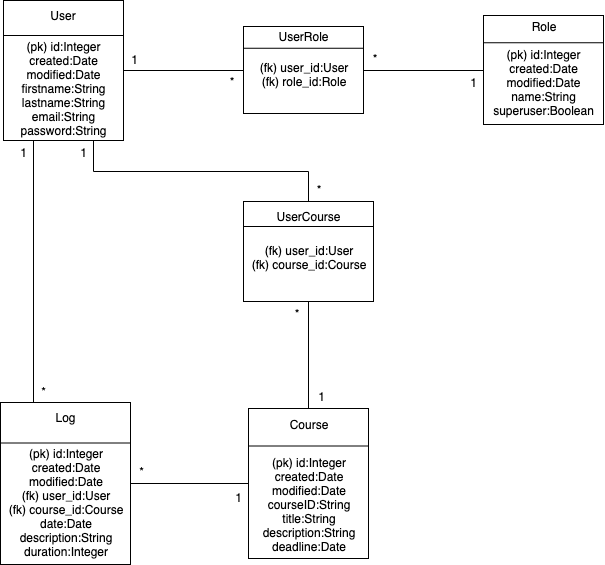
The draw.io diagram documentation/timetracker.png in MikaelTornwall/timetracker, before a commit. Source tidied: cells renumbered, new cells last; positions are measured from the earlier drawing's top-left corner, leaving out a move shared by most shapes.
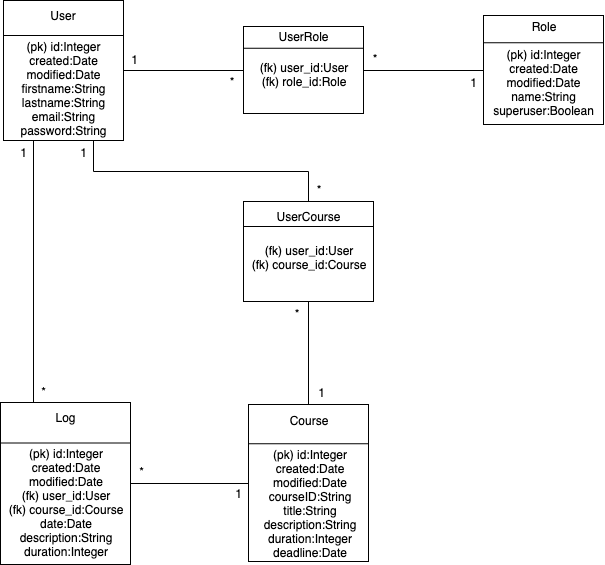
Above is the later version.

Diff of the diagram source:
```diff
@@ -24,13 +24,13 @@
       <mxGeometry x="3" y="36" width="120" height="102" as="geometry" />
     </mxCell>
     <mxCell id="9" style="rounded=0;whiteSpace=wrap;html=1;" parent="1" vertex="1">
-      <mxGeometry x="248" y="408" width="120" height="150" as="geometry" />
+      <mxGeometry x="248" y="404" width="120" height="157" as="geometry" />
     </mxCell>
     <mxCell id="10" value="Course" style="text;html=1;strokeColor=none;fillColor=none;align=center;verticalAlign=middle;whiteSpace=wrap;rounded=0;" parent="1" vertex="1">
-      <mxGeometry x="248" y="409" width="120" height="30" as="geometry" />
+      <mxGeometry x="248" y="405" width="120" height="30" as="geometry" />
     </mxCell>
-    <mxCell id="11" value="(pk) id:Integer&lt;br&gt;created:Date&lt;br&gt;modified:Date&lt;br&gt;courseID:String&lt;br&gt;title:String&lt;br&gt;description:String&lt;br&gt;deadline:Date" style="text;html=1;strokeColor=none;fillColor=none;align=center;verticalAlign=middle;whiteSpace=wrap;rounded=0;spacing=2;spacingTop=0;fontSize=12;" parent="1" vertex="1">
-      <mxGeometry x="248" y="447" width="120" height="111" as="geometry" />
+    <mxCell id="11" value="(pk) id:Integer&lt;br&gt;created:Date&lt;br&gt;modified:Date&lt;br&gt;courseID:String&lt;br&gt;title:String&lt;br&gt;description:String&lt;br&gt;duration:Integer&lt;br&gt;deadline:Date" style="text;html=1;strokeColor=none;fillColor=none;align=center;verticalAlign=middle;whiteSpace=wrap;rounded=0;spacing=2;spacingTop=0;fontSize=12;" parent="1" vertex="1">
+      <mxGeometry x="249" y="444" width="120" height="116" as="geometry" />
     </mxCell>
     <mxCell id="12" style="edgeStyle=orthogonalEdgeStyle;rounded=0;jettySize=auto;html=1;exitX=1;exitY=0.5;exitDx=0;exitDy=0;entryX=0;entryY=0.5;entryDx=0;entryDy=0;endArrow=none;endFill=0;strokeWidth=1;fontSize=12;" parent="1" edge="1" source="13" target="9">
       <mxGeometry relative="1" as="geometry" />
@@ -54,7 +54,7 @@
       <mxGeometry x="35" y="381" width="17" height="20" as="geometry" />
     </mxCell>
     <mxCell id="19" value="1" style="text;html=1;strokeColor=none;fillColor=none;align=center;verticalAlign=middle;whiteSpace=wrap;rounded=0;fontSize=12;" parent="1" vertex="1">
-      <mxGeometry x="309" y="386" width="24" height="20" as="geometry" />
+      <mxGeometry x="309" y="382" width="24" height="20" as="geometry" />
     </mxCell>
     <mxCell id="20" value="*" style="text;html=1;strokeColor=none;fillColor=none;align=center;verticalAlign=middle;whiteSpace=wrap;rounded=0;fontSize=12;" parent="1" vertex="1">
       <mxGeometry x="310" y="179" width="16" height="20" as="geometry" />
@@ -63,7 +63,7 @@
       <mxGeometry x="132" y="461" width="19" height="20" as="geometry" />
     </mxCell>
     <mxCell id="22" value="1" style="text;html=1;strokeColor=none;fillColor=none;align=center;verticalAlign=middle;whiteSpace=wrap;rounded=0;fontSize=12;" parent="1" vertex="1">
-      <mxGeometry x="228" y="487" width="18" height="20" as="geometry" />
+      <mxGeometry x="228" y="483" width="18" height="20" as="geometry" />
     </mxCell>
     <mxCell id="23" style="edgeStyle=orthogonalEdgeStyle;rounded=0;jettySize=auto;html=1;exitX=0.5;exitY=1;exitDx=0;exitDy=0;entryX=0.5;entryY=0;entryDx=0;entryDy=0;endArrow=none;endFill=0;" parent="1" edge="1" source="24" target="9">
       <mxGeometry relative="1" as="geometry" />
```
